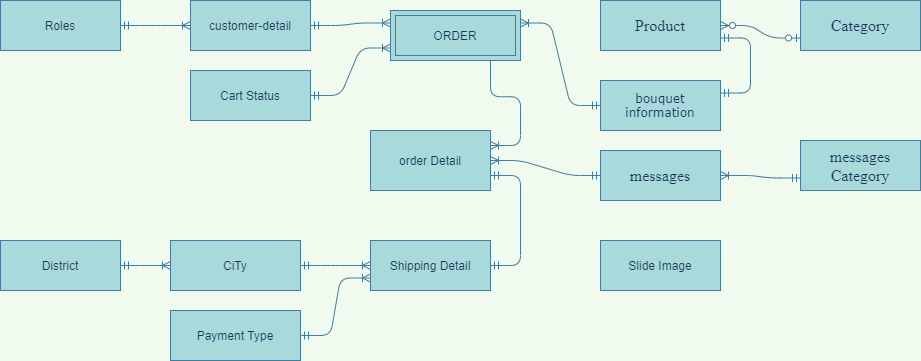
Above: Untitled Diagram.png in maialino123/Eproject-SEM3 (draw.io), before the change. Source tidied: cells renumbered, new cells last; positions are measured from the earlier drawing's top-left corner, leaving out a move shared by most shapes.
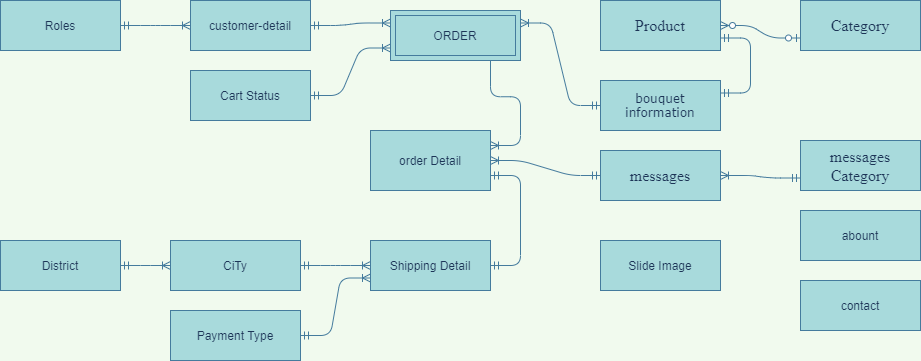
Later version of the same file.

Change to the diagram source:
```diff
@@ -86,5 +86,11 @@
     <mxCell id="29" style="edgeStyle=entityRelationEdgeStyle;fontSize=12;html=1;endArrow=ERoneToMany;startArrow=ERmandOne;fontColor=#1D3557;strokeColor=#457B9D;fillColor=#A8DADC;entryX=0;entryY=0.75;entryDx=0;entryDy=0;labelBackgroundColor=#F1FAEE;exitX=1;exitY=0.5;exitDx=0;exitDy=0;" parent="1" edge="1" source="28" target="23">
       <mxGeometry relative="1" as="geometry" />
     </mxCell>
+    <mxCell id="30" value="abount" style="whiteSpace=wrap;html=1;align=center;rounded=0;sketch=0;fontColor=#1D3557;strokeColor=#457B9D;fillColor=#A8DADC;" parent="1" vertex="1">
+      <mxGeometry x="800" y="210" width="120" height="50" as="geometry" />
+    </mxCell>
+    <mxCell id="31" value="contact" style="whiteSpace=wrap;html=1;align=center;rounded=0;sketch=0;fontColor=#1D3557;strokeColor=#457B9D;fillColor=#A8DADC;" parent="1" vertex="1">
+      <mxGeometry x="800" y="280" width="120" height="50" as="geometry" />
+    </mxCell>
   </root>
 </mxGraphModel>
```
